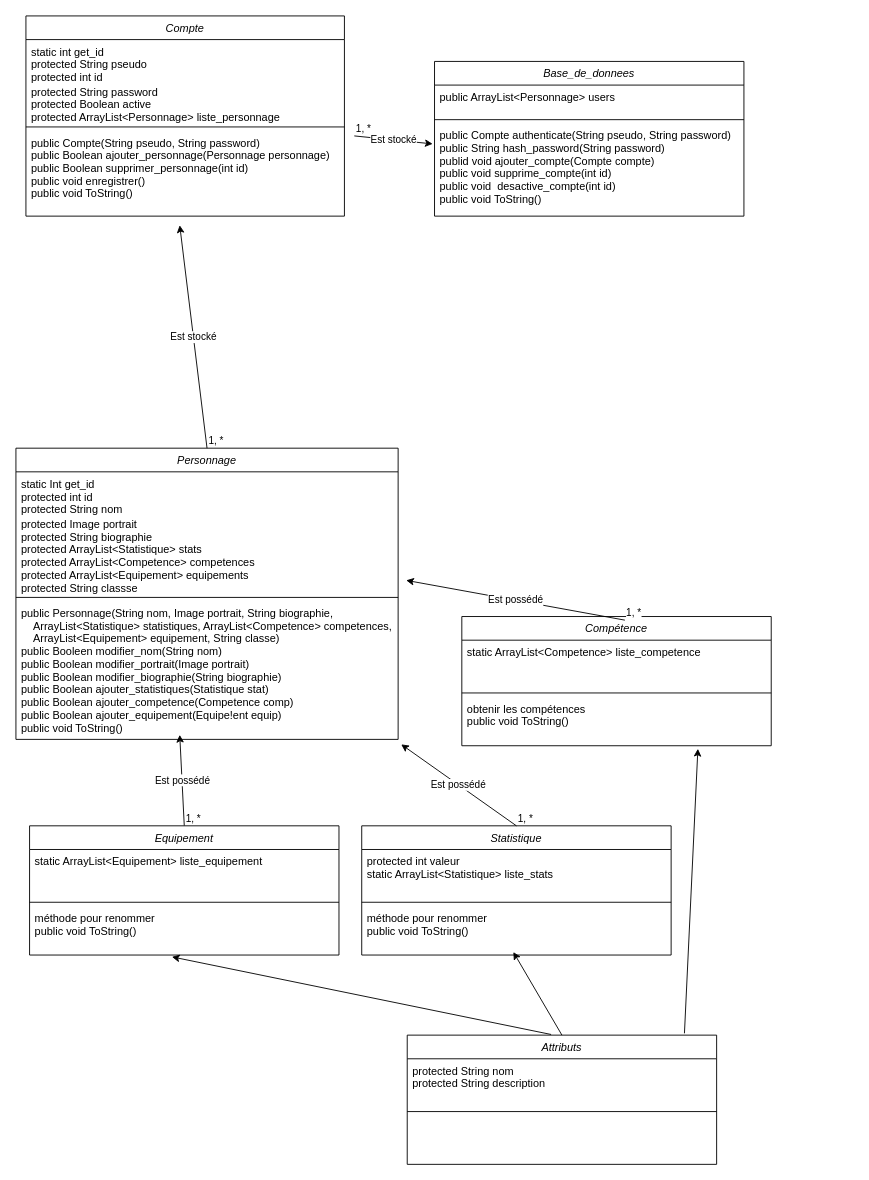
Earlier version of the draw.io diagram compte_rendu/séance 2/UML.drawio (Clement-soulier/L3-Fiche_personnage). Source tidied: cells renumbered, new cells numbered last; positions are measured from the earlier drawing's top-left corner, leaving out a move shared by most shapes. Both pictures are drawn from the tidied source at 91%, with x=0, y=0 at pixel (15, 15).
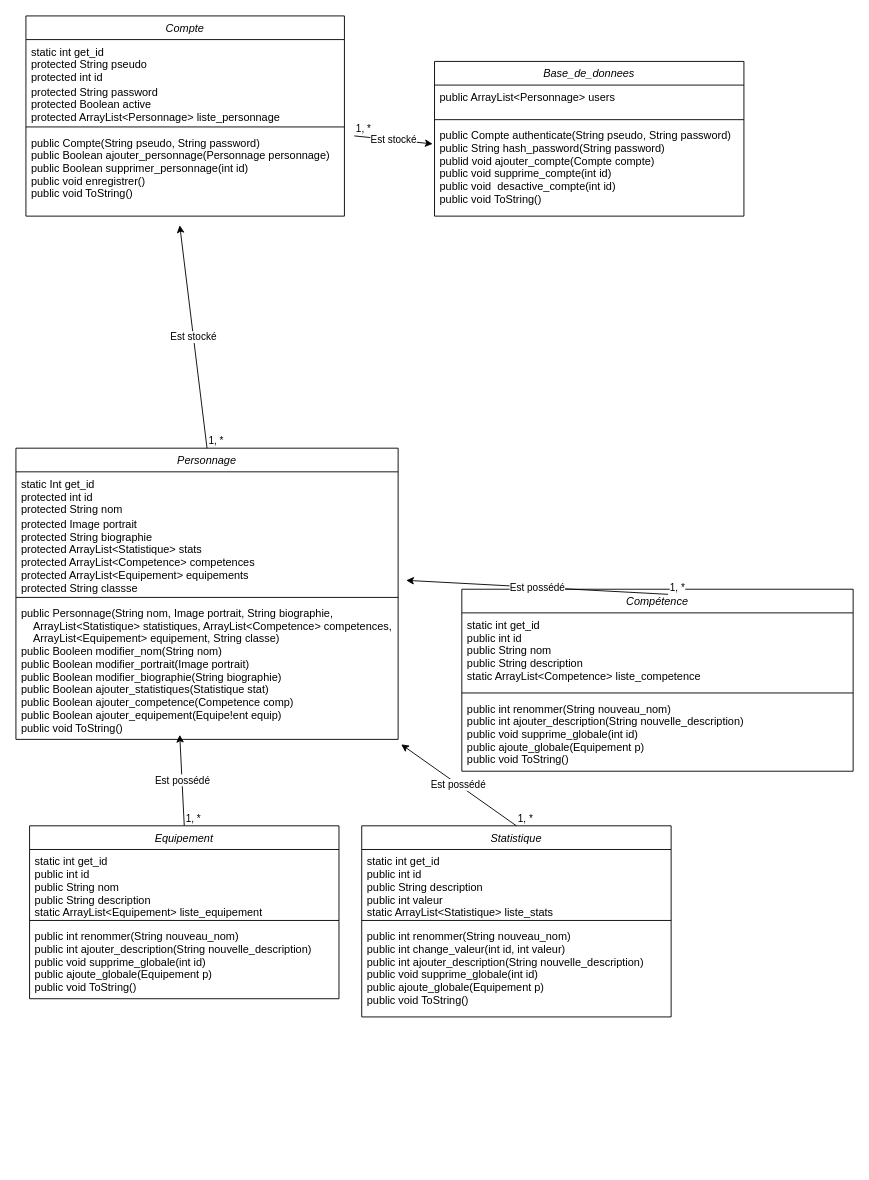
After the change.

Commit message:
mise à jour UML

What changed in the source:
```diff
@@
     <mxCell id="16" value="Compétence" style="swimlane;fontStyle=2;align=center;verticalAlign=top;horizontal=1;startSize=26;rounded=0;shadow=0;strokeWidth=1;" parent="1" vertex="1">
-      <mxGeometry x="490" y="660" width="340" height="142" as="geometry" />
+      <mxGeometry x="490" y="630" width="430" height="200" as="geometry" />
     </mxCell>
-    <mxCell id="17" value="static ArrayList&lt;Competence&gt; liste_competence&#10;" style="text;align=left;verticalAlign=top;spacingLeft=4;spacingRight=4;overflow=hidden;" parent="16" vertex="1">
-      <mxGeometry y="26" width="340" height="54" as="geometry" />
+    <mxCell id="17" value="static int get_id&#10;public int id&#10;public String nom&#10;public String description&#10;static ArrayList&lt;Competence&gt; liste_competence&#10;" style="text;align=left;verticalAlign=top;spacingLeft=4;spacingRight=4;overflow=hidden;" parent="16" vertex="1">
+      <mxGeometry y="26" width="430" height="84" as="geometry" />
     </mxCell>
     <mxCell id="18" style="line;html=1;strokeWidth=1;align=left;verticalAlign=middle;spacingTop=-1;spacingLeft=3;spacingRight=3;labelPosition=right;" parent="16" vertex="1">
-      <mxGeometry y="80" width="340" height="8" as="geometry" />
+      <mxGeometry y="110" width="430" height="8" as="geometry" />
     </mxCell>
-    <mxCell id="19" value="obtenir les compétences&#10;public void ToString()" style="text;align=left;verticalAlign=top;spacingLeft=4;spacingRight=4;overflow=hidden;points=[[0,0.5],[1,0.5]];portConstraint=eastwest;" parent="16" vertex="1">
-      <mxGeometry y="88" width="340" height="54" as="geometry" />
+    <mxCell id="19" value="public int renommer(String nouveau_nom)&#10;public int ajouter_description(String nouvelle_description)&#10;public void supprime_globale(int id)&#10;public ajoute_globale(Equipement p)&#10;public void ToString()" style="text;align=left;verticalAlign=top;spacingLeft=4;spacingRight=4;overflow=hidden;points=[[0,0.5],[1,0.5]];portConstraint=eastwest;" parent="16" vertex="1">
+      <mxGeometry y="118" width="430" height="82" as="geometry" />
     </mxCell>
     <mxCell id="20" value="Statistique" style="swimlane;fontStyle=2;align=center;verticalAlign=top;horizontal=1;startSize=26;rounded=0;shadow=0;strokeWidth=1;" parent="1" vertex="1">
-      <mxGeometry x="380" y="890" width="340" height="142" as="geometry" />
+      <mxGeometry x="380" y="890" width="340" height="210" as="geometry" />
     </mxCell>
-    <mxCell id="21" value="protected int valeur&#10;static ArrayList&lt;Statistique&gt; liste_stats" style="text;align=left;verticalAlign=top;spacingLeft=4;spacingRight=4;overflow=hidden;" parent="20" vertex="1">
-      <mxGeometry y="26" width="340" height="54" as="geometry" />
+    <mxCell id="21" value="static int get_id&#10;public int id&#10;public String description&#10;public int valeur&#10;static ArrayList&lt;Statistique&gt; liste_stats" style="text;align=left;verticalAlign=top;spacingLeft=4;spacingRight=4;overflow=hidden;" parent="20" vertex="1">
+      <mxGeometry y="26" width="340" height="74" as="geometry" />
     </mxCell>
     <mxCell id="22" style="line;html=1;strokeWidth=1;align=left;verticalAlign=middle;spacingTop=-1;spacingLeft=3;spacingRight=3;labelPosition=right;" parent="20" vertex="1">
-      <mxGeometry y="80" width="340" height="8" as="geometry" />
+      <mxGeometry y="100" width="340" height="8" as="geometry" />
     </mxCell>
-    <mxCell id="23" value="méthode pour renommer &#10;public void ToString()" style="text;align=left;verticalAlign=top;spacingLeft=4;spacingRight=4;overflow=hidden;points=[[0,0.5],[1,0.5]];portConstraint=eastwest;" parent="20" vertex="1">
-      <mxGeometry y="88" width="340" height="54" as="geometry" />
+    <mxCell id="23" value="public int renommer(String nouveau_nom)&#10;public int change_valeur(int id, int valeur)&#10;public int ajouter_description(String nouvelle_description)&#10;public void supprime_globale(int id)&#10;public ajoute_globale(Equipement p)&#10;public void ToString()" style="text;align=left;verticalAlign=top;spacingLeft=4;spacingRight=4;overflow=hidden;points=[[0,0.5],[1,0.5]];portConstraint=eastwest;" parent="20" vertex="1">
+      <mxGeometry y="108" width="340" height="102" as="geometry" />
     </mxCell>
@@
-    <mxCell id="39" value="Attributs" style="swimlane;fontStyle=2;align=center;verticalAlign=top;horizontal=1;startSize=26;rounded=0;shadow=0;strokeWidth=1;" parent="1" vertex="1">
-      <mxGeometry x="430" y="1120" width="340" height="142" as="geometry" />
-    </mxCell>
-    <mxCell id="40" value="protected String nom&#10;protected String description" style="text;align=left;verticalAlign=top;spacingLeft=4;spacingRight=4;overflow=hidden;" parent="39" vertex="1">
-      <mxGeometry y="26" width="340" height="54" as="geometry" />
-    </mxCell>
-    <mxCell id="41" style="line;html=1;strokeWidth=1;align=left;verticalAlign=middle;spacingTop=-1;spacingLeft=3;spacingRight=3;labelPosition=right;" parent="39" vertex="1">
-      <mxGeometry y="80" width="340" height="8" as="geometry" />
-    </mxCell>
     <mxCell id="42" value="Equipement" style="swimlane;fontStyle=2;align=center;verticalAlign=top;horizontal=1;startSize=26;rounded=0;shadow=0;strokeWidth=1;" parent="1" vertex="1">
-      <mxGeometry x="15" y="890" width="340" height="142" as="geometry" />
+      <mxGeometry x="15" y="890" width="340" height="190" as="geometry" />
     </mxCell>
-    <mxCell id="43" value="static ArrayList&lt;Equipement&gt; liste_equipement" style="text;align=left;verticalAlign=top;spacingLeft=4;spacingRight=4;overflow=hidden;" parent="42" vertex="1">
-      <mxGeometry y="26" width="340" height="54" as="geometry" />
+    <mxCell id="43" value="static int get_id&#10;public int id&#10;public String nom&#10;public String description&#10;static ArrayList&lt;Equipement&gt; liste_equipement" style="text;align=left;verticalAlign=top;spacingLeft=4;spacingRight=4;overflow=hidden;" parent="42" vertex="1">
+      <mxGeometry y="26" width="340" height="74" as="geometry" />
     </mxCell>
     <mxCell id="44" style="line;html=1;strokeWidth=1;align=left;verticalAlign=middle;spacingTop=-1;spacingLeft=3;spacingRight=3;labelPosition=right;" parent="42" vertex="1">
-      <mxGeometry y="80" width="340" height="8" as="geometry" />
+      <mxGeometry y="100" width="340" height="8" as="geometry" />
     </mxCell>
-    <mxCell id="45" value="méthode pour renommer &#10;public void ToString()" style="text;align=left;verticalAlign=top;spacingLeft=4;spacingRight=4;overflow=hidden;points=[[0,0.5],[1,0.5]];portConstraint=eastwest;" parent="42" vertex="1">
-      <mxGeometry y="88" width="340" height="54" as="geometry" />
+    <mxCell id="45" value="public int renommer(String nouveau_nom)&#10;public int ajouter_description(String nouvelle_description)&#10;public void supprime_globale(int id)&#10;public ajoute_globale(Equipement p)&#10;public void ToString()" style="text;align=left;verticalAlign=top;spacingLeft=4;spacingRight=4;overflow=hidden;points=[[0,0.5],[1,0.5]];portConstraint=eastwest;" parent="42" vertex="1">
+      <mxGeometry y="108" width="340" height="82" as="geometry" />
     </mxCell>
-    <mxCell id="46" style="endArrow=classic;html=1;rounded=0;exitX=0.465;exitY=-0.005;exitDx=0;exitDy=0;exitPerimeter=0;entryX=0.46;entryY=1.037;entryDx=0;entryDy=0;entryPerimeter=0;" parent="1" edge="1" source="39" target="45">
-      <mxGeometry relative="1" as="geometry" />
-    </mxCell>
-    <mxCell id="47" style="endArrow=classic;html=1;rounded=0;exitX=0.5;exitY=0;exitDx=0;exitDy=0;entryX=0.49;entryY=0.938;entryDx=0;entryDy=0;entryPerimeter=0;" parent="1" edge="1" source="39" target="23">
-      <mxGeometry relative="1" as="geometry" />
-    </mxCell>
-    <mxCell id="48" style="endArrow=classic;html=1;rounded=0;exitX=0.896;exitY=-0.014;exitDx=0;exitDy=0;entryX=0.763;entryY=1.062;entryDx=0;entryDy=0;entryPerimeter=0;exitPerimeter=0;" parent="1" edge="1" source="39" target="19">
-      <mxGeometry relative="1" as="geometry" />
-    </mxCell>
```
